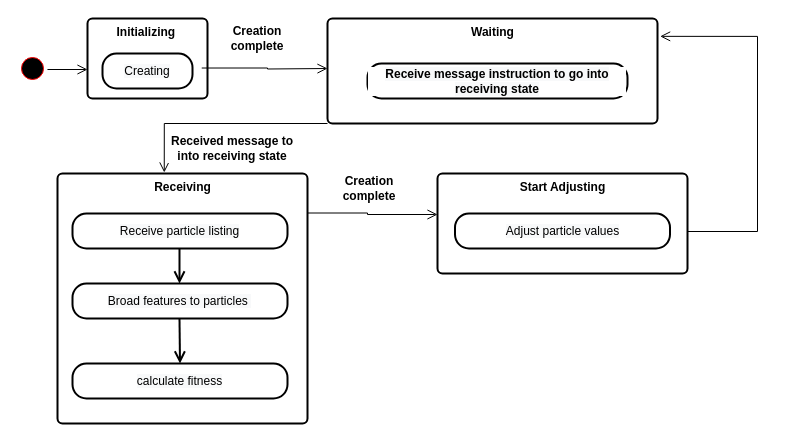
Earlier version of the draw.io diagram PSO-Particle-Sate-Diagram.drawio (vanelopethecoder/som-basic). Source tidied: cells renumbered, new cells numbered last; positions are measured from the earlier drawing's top-left corner, leaving out a move shared by most shapes. Both pictures are drawn from the tidied source at 100%, with x=0, y=0 at pixel (17, 18).
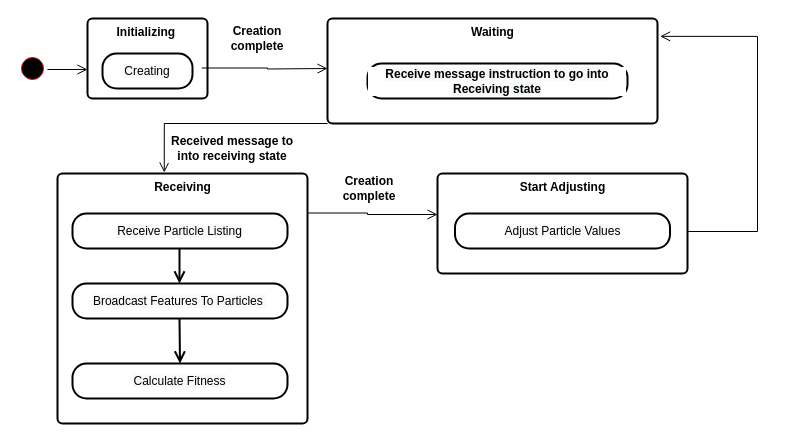
After the change.

Change to the diagram source:
```diff
@@
-    <mxCell id="12" value="&lt;span style=&quot;background-color: rgb(248 , 249 , 250)&quot;&gt;Broad features to particles&amp;nbsp;&lt;/span&gt;" style="rounded=1;whiteSpace=wrap;html=1;arcSize=40;fontColor=#000000;fillColor=#FFFFFF;strokeColor=#000000;labelBackgroundColor=default;strokeWidth=2;" parent="1" vertex="1">
+    <mxCell id="12" value="&lt;span style=&quot;background-color: rgb(248 , 249 , 250)&quot;&gt;Broadcast Features To Particles&amp;nbsp;&lt;/span&gt;" style="rounded=1;whiteSpace=wrap;html=1;arcSize=40;fontColor=#000000;fillColor=#FFFFFF;strokeColor=#000000;labelBackgroundColor=default;strokeWidth=2;" parent="1" vertex="1">
       <mxGeometry x="55" y="265" width="215" height="35" as="geometry" />
     </mxCell>
-    <mxCell id="13" value="&lt;span style=&quot;font-weight: 700 ; background-color: rgb(248 , 249 , 250)&quot;&gt;Receive message instruction to go into receiving state&lt;/span&gt;" style="rounded=1;whiteSpace=wrap;html=1;arcSize=40;fontColor=#000000;fillColor=#FFFFFF;strokeColor=#000000;labelBackgroundColor=default;strokeWidth=2;" parent="1" vertex="1">
+    <mxCell id="13" value="&lt;span style=&quot;font-weight: 700 ; background-color: rgb(248 , 249 , 250)&quot;&gt;Receive message instruction to go into Receiving state&lt;/span&gt;" style="rounded=1;whiteSpace=wrap;html=1;arcSize=40;fontColor=#000000;fillColor=#FFFFFF;strokeColor=#000000;labelBackgroundColor=default;strokeWidth=2;" parent="1" vertex="1">
       <mxGeometry x="350" y="45" width="260" height="35" as="geometry" />
     </mxCell>
-    <mxCell id="14" value="&lt;span style=&quot;background-color: rgb(248 , 249 , 250)&quot;&gt;Receive particle listing&lt;/span&gt;" style="rounded=1;whiteSpace=wrap;html=1;arcSize=40;fontColor=#000000;fillColor=#FFFFFF;strokeColor=#000000;labelBackgroundColor=default;strokeWidth=2;" parent="1" vertex="1">
+    <mxCell id="14" value="&lt;span style=&quot;background-color: rgb(248 , 249 , 250)&quot;&gt;Receive Particle Listing&lt;/span&gt;" style="rounded=1;whiteSpace=wrap;html=1;arcSize=40;fontColor=#000000;fillColor=#FFFFFF;strokeColor=#000000;labelBackgroundColor=default;strokeWidth=2;" parent="1" vertex="1">
       <mxGeometry x="55" y="195" width="215" height="35" as="geometry" />
     </mxCell>
-    <mxCell id="15" value="&lt;span style=&quot;background-color: rgb(248 , 249 , 250)&quot;&gt;calculate fitness&lt;/span&gt;" style="rounded=1;whiteSpace=wrap;html=1;arcSize=40;fontColor=#000000;fillColor=#FFFFFF;strokeColor=#000000;labelBackgroundColor=default;strokeWidth=2;" parent="1" vertex="1">
+    <mxCell id="15" value="&lt;span style=&quot;background-color: rgb(248 , 249 , 250)&quot;&gt;Calculate Fitness&lt;/span&gt;" style="rounded=1;whiteSpace=wrap;html=1;arcSize=40;fontColor=#000000;fillColor=#FFFFFF;strokeColor=#000000;labelBackgroundColor=default;strokeWidth=2;" parent="1" vertex="1">
       <mxGeometry x="55" y="345" width="215" height="35" as="geometry" />
     </mxCell>
@@
-    <mxCell id="21" value="&lt;span style=&quot;background-color: rgb(248 , 249 , 250)&quot;&gt;Adjust particle values&lt;/span&gt;" style="rounded=1;whiteSpace=wrap;html=1;arcSize=40;fontColor=#000000;fillColor=#FFFFFF;strokeColor=#000000;labelBackgroundColor=default;strokeWidth=2;" parent="1" vertex="1">
+    <mxCell id="21" value="&lt;span style=&quot;background-color: rgb(248 , 249 , 250)&quot;&gt;Adjust Particle Values&lt;/span&gt;" style="rounded=1;whiteSpace=wrap;html=1;arcSize=40;fontColor=#000000;fillColor=#FFFFFF;strokeColor=#000000;labelBackgroundColor=default;strokeWidth=2;" parent="1" vertex="1">
       <mxGeometry x="437.5" y="195" width="215" height="35" as="geometry" />
     </mxCell>
```
